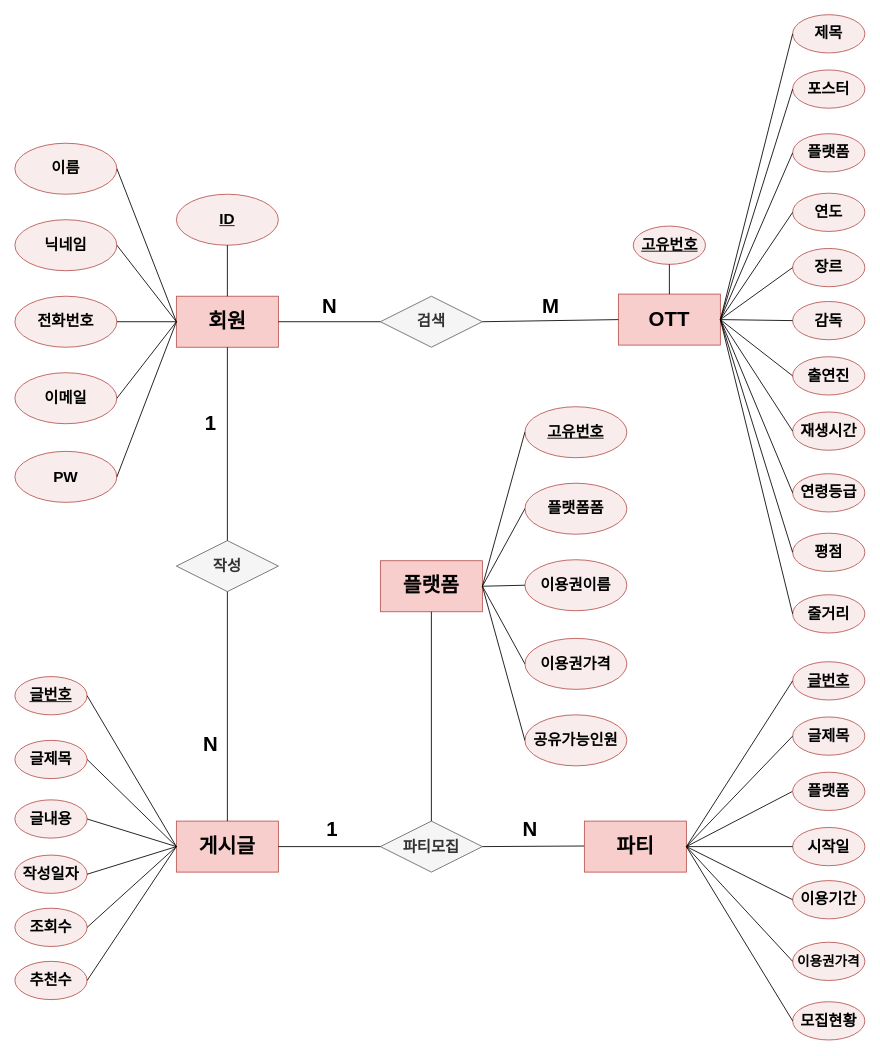
Earlier version of the draw.io diagram DB.drawio (Baek91/webTest). Source tidied: cells renumbered, new cells numbered last; positions are measured from the earlier drawing's top-left corner, leaving out a move shared by most shapes. Both pictures are drawn from the tidied source at 85%, with x=0, y=0 at pixel (14, 14).
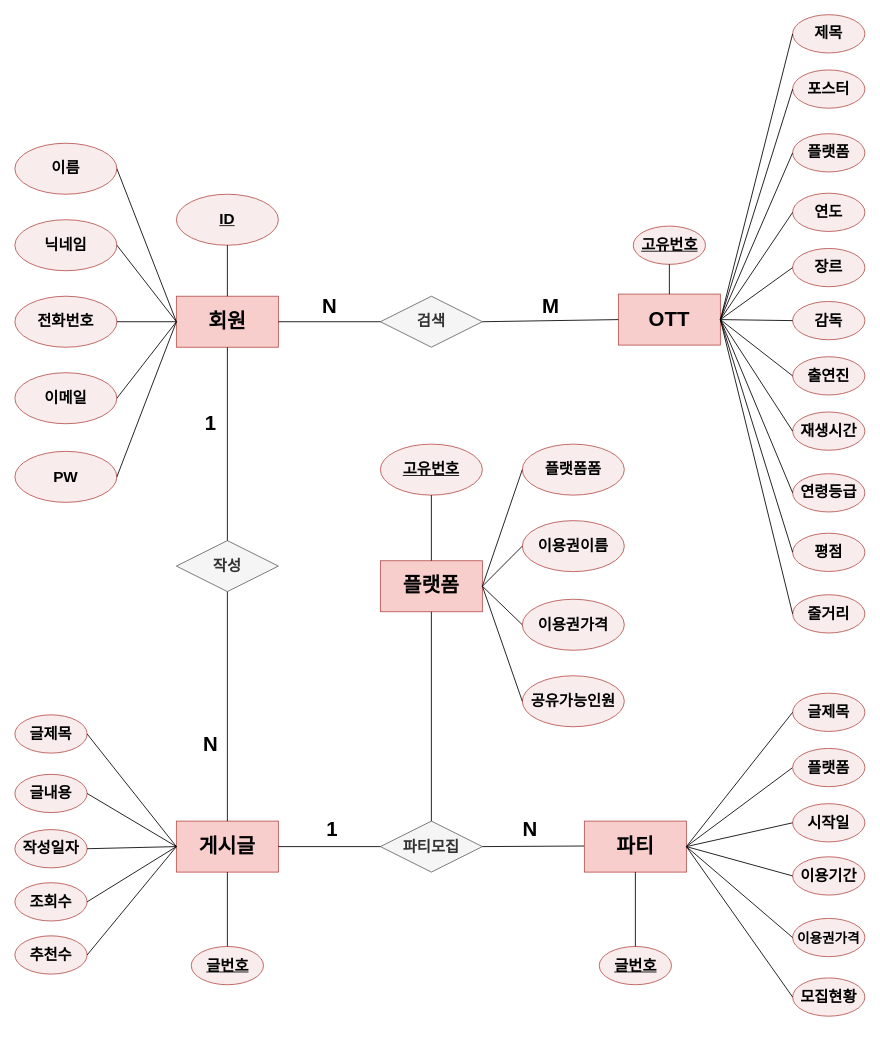
Above is the later version.

Unchanged cells that the change refers to:
```xml
<mxCell id="45" value="&lt;b style=&quot;border-color: var(--border-color); font-size: 24px;&quot;&gt;게시글&lt;/b&gt;" style="rounded=0;whiteSpace=wrap;html=1;fillColor=#f8cecc;strokeColor=#b85450;" parent="1" vertex="1">
  <mxGeometry x="190" y="948.5" width="120" height="60" as="geometry" />
</mxCell>
<mxCell id="64" value="&lt;b style=&quot;border-color: var(--border-color); font-size: 24px;&quot;&gt;파티&lt;/b&gt;" style="rounded=0;whiteSpace=wrap;html=1;fillColor=#f8cecc;strokeColor=#b85450;" parent="1" vertex="1">
  <mxGeometry x="670" y="948.5" width="120" height="60" as="geometry" />
</mxCell>
<mxCell id="78" value="&lt;b style=&quot;border-color: var(--border-color); font-size: 24px;&quot;&gt;플랫폼&lt;/b&gt;" style="rounded=0;whiteSpace=wrap;html=1;fillColor=#f8cecc;strokeColor=#b85450;" parent="1" vertex="1">
  <mxGeometry x="430" y="642.2" width="120" height="60" as="geometry" />
</mxCell>
```

Change to the diagram source:
```diff
@@
     <mxCell id="47" value="&lt;b&gt;&lt;font style=&quot;font-size: 18px;&quot;&gt;글내용&lt;/font&gt;&lt;/b&gt;" style="ellipse;whiteSpace=wrap;html=1;fillColor=#F8ECEC;strokeColor=#b85450;" parent="1" vertex="1">
-      <mxGeometry y="923.5" width="85" height="45" as="geometry" />
+      <mxGeometry y="893.5" width="85" height="45" as="geometry" />
     </mxCell>
     <mxCell id="48" value="&lt;b&gt;&lt;font style=&quot;font-size: 18px;&quot;&gt;조회수&lt;/font&gt;&lt;/b&gt;" style="ellipse;whiteSpace=wrap;html=1;fillColor=#F8ECEC;strokeColor=#b85450;" parent="1" vertex="1">
-      <mxGeometry y="1051" width="85" height="45" as="geometry" />
+      <mxGeometry y="1021" width="85" height="45" as="geometry" />
     </mxCell>
     <mxCell id="49" value="&lt;span style=&quot;font-size: 18px;&quot;&gt;&lt;b&gt;추천수&lt;/b&gt;&lt;/span&gt;" style="ellipse;whiteSpace=wrap;html=1;fillColor=#F8ECEC;strokeColor=#b85450;" parent="1" vertex="1">
-      <mxGeometry y="1113.5" width="85" height="45" as="geometry" />
+      <mxGeometry y="1083.5" width="85" height="45" as="geometry" />
     </mxCell>
     <mxCell id="50" value="&lt;span style=&quot;font-size: 18px;&quot;&gt;&lt;b&gt;작성일자&lt;/b&gt;&lt;/span&gt;" style="ellipse;whiteSpace=wrap;html=1;fillColor=#F8ECEC;strokeColor=#b85450;" parent="1" vertex="1">
-      <mxGeometry y="988.5" width="85" height="45" as="geometry" />
+      <mxGeometry y="958.5" width="85" height="45" as="geometry" />
     </mxCell>
     <mxCell id="51" value="&lt;b&gt;&lt;font style=&quot;font-size: 18px;&quot;&gt;글제목&lt;/font&gt;&lt;/b&gt;" style="ellipse;whiteSpace=wrap;html=1;fillColor=#F8ECEC;strokeColor=#b85450;" parent="1" vertex="1">
-      <mxGeometry y="853.5" width="85" height="45" as="geometry" />
+      <mxGeometry y="823.5" width="85" height="45" as="geometry" />
     </mxCell>
     <mxCell id="52" value="&lt;b&gt;&lt;font style=&quot;font-size: 18px;&quot;&gt;&lt;u&gt;글번호&lt;/u&gt;&lt;/font&gt;&lt;/b&gt;" style="ellipse;whiteSpace=wrap;html=1;fillColor=#F8ECEC;strokeColor=#b85450;" parent="1" vertex="1">
-      <mxGeometry y="778.5" width="85" height="45" as="geometry" />
+      <mxGeometry x="207.5" y="1096" width="85" height="45" as="geometry" />
     </mxCell>
@@
-    <mxCell id="58" style="endArrow=none;html=1;rounded=0;entryX=0;entryY=0.5;entryDx=0;entryDy=0;exitX=1;exitY=0.5;exitDx=0;exitDy=0;" parent="1" edge="1" source="52" target="45">
+    <mxCell id="58" style="endArrow=none;html=1;rounded=0;entryX=0.5;entryY=1;entryDx=0;entryDy=0;exitX=0.5;exitY=0;exitDx=0;exitDy=0;" parent="1" edge="1" source="52" target="45">
       <mxGeometry relative="1" as="geometry" />
     </mxCell>
@@
     <mxCell id="65" value="&lt;b&gt;&lt;font style=&quot;font-size: 18px;&quot;&gt;&lt;u&gt;글번호&lt;/u&gt;&lt;/font&gt;&lt;/b&gt;" style="ellipse;whiteSpace=wrap;html=1;fillColor=#F8ECEC;strokeColor=#b85450;" parent="1" vertex="1">
-      <mxGeometry x="915" y="761" width="85" height="45" as="geometry" />
+      <mxGeometry x="687.5" y="1096" width="85" height="45" as="geometry" />
     </mxCell>
     <mxCell id="66" value="&lt;b&gt;&lt;font style=&quot;font-size: 18px;&quot;&gt;이용기간&lt;/font&gt;&lt;/b&gt;" style="ellipse;whiteSpace=wrap;html=1;fillColor=#F8ECEC;strokeColor=#b85450;" parent="1" vertex="1">
-      <mxGeometry x="915" y="1018.5" width="85" height="45" as="geometry" />
+      <mxGeometry x="915" y="990.5" width="85" height="45" as="geometry" />
     </mxCell>
     <mxCell id="67" value="&lt;span style=&quot;font-size: 18px;&quot;&gt;&lt;b&gt;시작일&lt;/b&gt;&lt;/span&gt;" style="ellipse;whiteSpace=wrap;html=1;fillColor=#F8ECEC;strokeColor=#b85450;" parent="1" vertex="1">
-      <mxGeometry x="915" y="956" width="85" height="45" as="geometry" />
+      <mxGeometry x="915" y="928" width="85" height="45" as="geometry" />
     </mxCell>
     <mxCell id="68" value="&lt;span style=&quot;font-size: 18px;&quot;&gt;&lt;b&gt;글제목&lt;/b&gt;&lt;/span&gt;" style="ellipse;whiteSpace=wrap;html=1;fillColor=#F8ECEC;strokeColor=#b85450;" parent="1" vertex="1">
-      <mxGeometry x="915" y="826" width="85" height="45" as="geometry" />
+      <mxGeometry x="915" y="798" width="85" height="45" as="geometry" />
     </mxCell>
     <mxCell id="69" value="&lt;b style=&quot;&quot;&gt;&lt;font style=&quot;font-size: 16px;&quot;&gt;이용권가격&lt;/font&gt;&lt;/b&gt;" style="ellipse;whiteSpace=wrap;html=1;fillColor=#F8ECEC;strokeColor=#b85450;" parent="1" vertex="1">
-      <mxGeometry x="915" y="1091" width="85" height="45" as="geometry" />
+      <mxGeometry x="915" y="1063" width="85" height="45" as="geometry" />
     </mxCell>
     <mxCell id="70" value="&lt;b&gt;&lt;font style=&quot;font-size: 18px;&quot;&gt;모집현황&lt;/font&gt;&lt;/b&gt;" style="ellipse;whiteSpace=wrap;html=1;fillColor=#F8ECEC;strokeColor=#b85450;" parent="1" vertex="1">
-      <mxGeometry x="915" y="1161" width="85" height="45" as="geometry" />
+      <mxGeometry x="915" y="1133" width="85" height="45" as="geometry" />
     </mxCell>
@@
-    <mxCell id="77" style="endArrow=none;html=1;rounded=0;exitX=1;exitY=0.5;exitDx=0;exitDy=0;entryX=0;entryY=0.5;entryDx=0;entryDy=0;" parent="1" edge="1" source="64" target="65">
+    <mxCell id="77" style="endArrow=none;html=1;rounded=0;exitX=0.5;exitY=1;exitDx=0;exitDy=0;entryX=0.5;entryY=0;entryDx=0;entryDy=0;" parent="1" edge="1" source="64" target="65">
       <mxGeometry relative="1" as="geometry" />
     </mxCell>
@@
     <mxCell id="80" value="&lt;span style=&quot;font-size: 18px;&quot;&gt;&lt;b&gt;플랫폼&lt;/b&gt;&lt;/span&gt;" style="ellipse;whiteSpace=wrap;html=1;fillColor=#F8ECEC;strokeColor=#b85450;" parent="1" vertex="1">
-      <mxGeometry x="915" y="891" width="85" height="45" as="geometry" />
+      <mxGeometry x="915" y="863" width="85" height="45" as="geometry" />
     </mxCell>
     <mxCell id="81" value="&lt;span style=&quot;font-size: 18px;&quot;&gt;&lt;b&gt;이용권가격&lt;/b&gt;&lt;/span&gt;" style="ellipse;whiteSpace=wrap;html=1;fillColor=#F8ECEC;strokeColor=#b85450;" parent="1" vertex="1">
-      <mxGeometry x="600" y="733.5" width="120" height="60" as="geometry" />
+      <mxGeometry x="597" y="687.5" width="120" height="60" as="geometry" />
     </mxCell>
     <mxCell id="82" value="&lt;b&gt;&lt;font style=&quot;font-size: 18px;&quot;&gt;이용권이름&lt;/font&gt;&lt;/b&gt;" style="ellipse;whiteSpace=wrap;html=1;fillColor=#F8ECEC;strokeColor=#b85450;" parent="1" vertex="1">
-      <mxGeometry x="600" y="641" width="120" height="60" as="geometry" />
+      <mxGeometry x="597" y="595" width="120" height="60" as="geometry" />
     </mxCell>
     <mxCell id="83" value="&lt;b&gt;&lt;font style=&quot;font-size: 18px;&quot;&gt;플랫폼폼&lt;/font&gt;&lt;/b&gt;" style="ellipse;whiteSpace=wrap;html=1;fillColor=#F8ECEC;strokeColor=#b85450;" parent="1" vertex="1">
-      <mxGeometry x="600" y="551" width="120" height="60" as="geometry" />
+      <mxGeometry x="597" y="505" width="120" height="60" as="geometry" />
     </mxCell>
@@
     <mxCell id="89" value="&lt;b&gt;&lt;font style=&quot;font-size: 18px;&quot;&gt;&lt;u&gt;고유번호&lt;/u&gt;&lt;/font&gt;&lt;/b&gt;" style="ellipse;whiteSpace=wrap;html=1;fillColor=#F8ECEC;strokeColor=#b85450;" parent="1" vertex="1">
-      <mxGeometry x="600" y="461" width="120" height="60" as="geometry" />
+      <mxGeometry x="430" y="505" width="120" height="60" as="geometry" />
     </mxCell>
     <mxCell id="90" value="&lt;span style=&quot;font-size: 18px;&quot;&gt;&lt;b&gt;공유가능인원&lt;/b&gt;&lt;/span&gt;" style="ellipse;whiteSpace=wrap;html=1;fillColor=#F8ECEC;strokeColor=#b85450;" parent="1" vertex="1">
-      <mxGeometry x="600" y="823.5" width="120" height="60" as="geometry" />
+      <mxGeometry x="597" y="777.5" width="120" height="60" as="geometry" />
     </mxCell>
@@
-    <mxCell id="92" style="endArrow=none;html=1;rounded=0;entryX=0;entryY=0.5;entryDx=0;entryDy=0;exitX=1;exitY=0.5;exitDx=0;exitDy=0;" parent="1" edge="1" source="78" target="89">
+    <mxCell id="92" style="endArrow=none;html=1;rounded=0;entryX=0.5;entryY=1;entryDx=0;entryDy=0;exitX=0.5;exitY=0;exitDx=0;exitDy=0;" parent="1" edge="1" source="78" target="89">
       <mxGeometry relative="1" as="geometry" />
     </mxCell>
```
